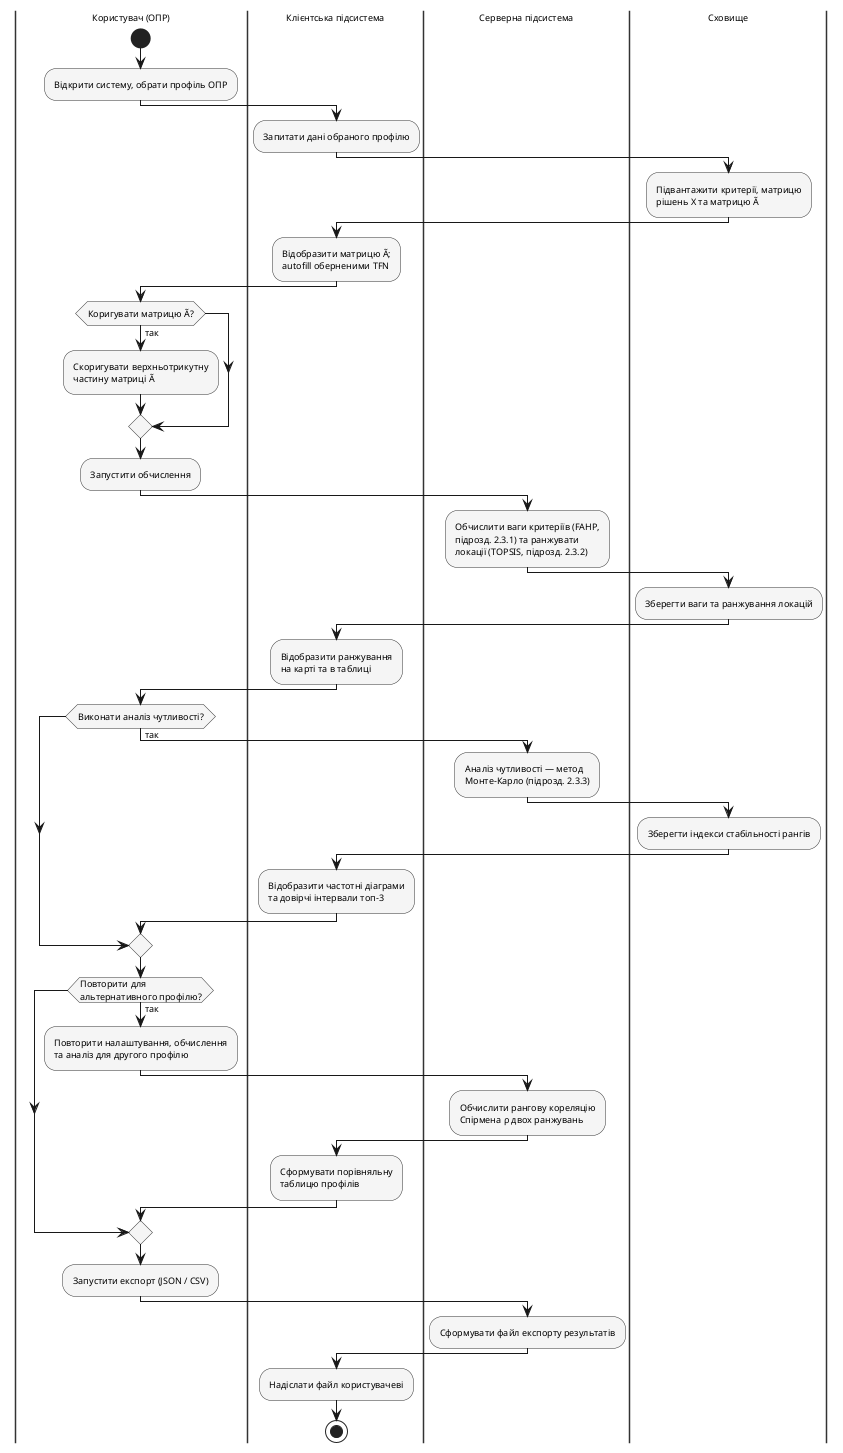
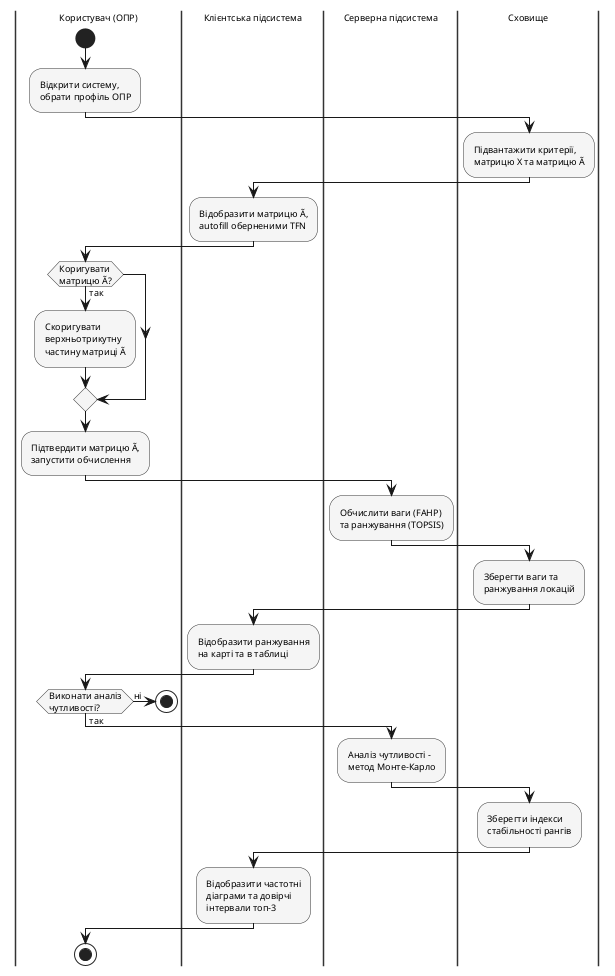
@startuml
- ' Рис. 2.10. Діаграма активностей загального сценарію функціонування системи
+ ' Рис. 2.10. Діаграма діяльності загального алгоритму функціонування системи
skinparam shadowing false
skinparam defaultFontName "Times New Roman"
skinparam defaultFontSize 9
skinparam pageMargin 3
skinparam ArrowThickness 1
skinparam activity {
    BackgroundColor #f5f5f5
    BorderColor #333333
}
skinparam swimlane {
    BackgroundColor #fafafa
    BorderColor #333333
}

' порядок доріжок фіксується першою згадкою
|Користувач (ОПР)|
|Клієнтська підсистема|
|Серверна підсистема|
|Сховище|

|Користувач (ОПР)|
start
- :Відкрити систему, обрати профіль ОПР;
+ :Відкрити систему,\nобрати профіль ОПР;
+ 
+ |Сховище|
+ :Підвантажити критерії,\nматрицю X та матрицю Ã;

|Клієнтська підсистема|
- :Запитати дані обраного профілю;
+ :Відобразити матрицю Ã,\nautofill оберненими TFN;
+ 
+ |Користувач (ОПР)|
+ if (Коригувати\nматрицю Ã?) then (так)
+   :Скоригувати\nверхньотрикутну\nчастину матриці Ã;
+ endif
+ :Підтвердити матрицю Ã,\nзапустити обчислення;
+ 
+ |Серверна підсистема|
+ :Обчислити ваги (FAHP)\nта ранжування (TOPSIS);

|Сховище|
- :Підвантажити критерії, матрицю\nрішень X та матрицю Ã;
- 
- |Клієнтська підсистема|
- :Відобразити матрицю Ã;\nautofill оберненими TFN;
- 
- |Користувач (ОПР)|
- if (Коригувати матрицю Ã?) then (так)
-   :Скоригувати верхньотрикутну\nчастину матриці Ã;
- endif
- :Запустити обчислення;
- 
- |Серверна підсистема|
- :Обчислити ваги критеріїв (FAHP,\nпідрозд. 2.3.1) та ранжувати\nлокації (TOPSIS, підрозд. 2.3.2);
- 
- |Сховище|
- :Зберегти ваги та ранжування локацій;
+ :Зберегти ваги та\nранжування локацій;

|Клієнтська підсистема|
:Відобразити ранжування\nна карті та в таблиці;

|Користувач (ОПР)|
- if (Виконати аналіз чутливості?) then (так)
+ if (Виконати аналіз\nчутливості?) then (ні)
+   stop
+ else (так)
  |Серверна підсистема|
-   :Аналіз чутливості — метод\nМонте-Карло (підрозд. 2.3.3);
+   :Аналіз чутливості –\nметод Монте-Карло;
  |Сховище|
-   :Зберегти індекси стабільності рангів;
+   :Зберегти індекси\nстабільності рангів;
  |Клієнтська підсистема|
-   :Відобразити частотні діаграми\nта довірчі інтервали топ-3;
+   :Відобразити частотні\nдіаграми та довірчі\nінтервали топ-3;
endif

|Користувач (ОПР)|
- if (Повторити для\nальтернативного профілю?) then (так)
-   :Повторити налаштування, обчислення\nта аналіз для другого профілю;
-   |Серверна підсистема|
-   :Обчислити рангову кореляцію\nСпірмена ρ двох ранжувань;
-   |Клієнтська підсистема|
-   :Сформувати порівняльну\nтаблицю профілів;
- endif
- 
- |Користувач (ОПР)|
- :Запустити експорт (JSON / CSV);
- 
- |Серверна підсистема|
- :Сформувати файл експорту результатів;
- 
- |Клієнтська підсистема|
- :Надіслати файл користувачеві;
stop

@enduml
